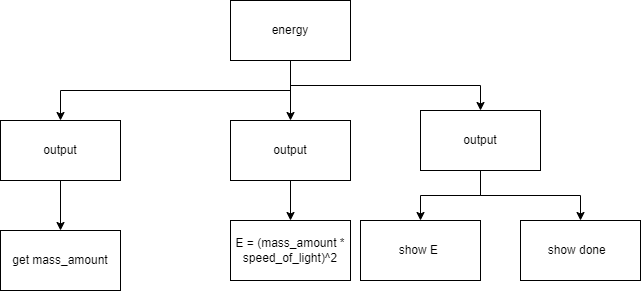
devin-jhu/ics4u-unit1-02-typescript keeps this draw.io diagram as topdown.png. Above is the earlier version. Source tidied: cells renumbered, new cells last; positions are measured from the earlier drawing's top-left corner, leaving out a move shared by most shapes.
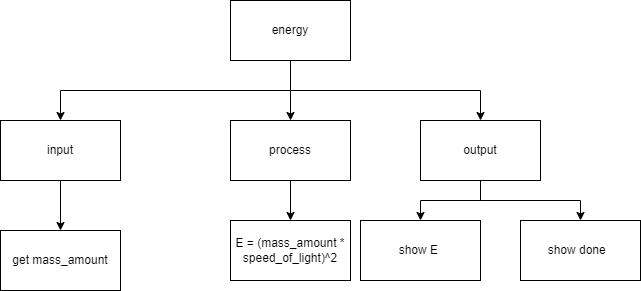
Later version of the same file.

What changed in the source:
```diff
@@ -21,7 +21,7 @@
       <mxGeometry relative="1" as="geometry" />
     </mxCell>
     <mxCell id="8" value="output" style="rounded=0;whiteSpace=wrap;html=1;" parent="1" vertex="1">
-      <mxGeometry x="420" y="110" width="120" height="60" as="geometry" />
+      <mxGeometry x="420" y="120" width="120" height="60" as="geometry" />
     </mxCell>
     <mxCell id="9" value="show E&amp;nbsp;" style="rounded=0;whiteSpace=wrap;html=1;" parent="1" vertex="1">
       <mxGeometry x="360" y="220" width="120" height="60" as="geometry" />
@@ -32,13 +32,13 @@
     <mxCell id="11" style="edgeStyle=orthogonalEdgeStyle;shape=connector;rounded=0;html=1;exitX=0.5;exitY=1;exitDx=0;exitDy=0;labelBackgroundColor=default;fontFamily=Helvetica;fontSize=11;fontColor=default;endArrow=classic;strokeColor=default;" parent="1" edge="1" source="12" target="15">
       <mxGeometry relative="1" as="geometry" />
     </mxCell>
-    <mxCell id="12" value="output" style="rounded=0;whiteSpace=wrap;html=1;" parent="1" vertex="1">
+    <mxCell id="12" value="process" style="rounded=0;whiteSpace=wrap;html=1;" parent="1" vertex="1">
       <mxGeometry x="230" y="120" width="120" height="60" as="geometry" />
     </mxCell>
     <mxCell id="13" style="edgeStyle=orthogonalEdgeStyle;shape=connector;rounded=0;html=1;exitX=0.5;exitY=1;exitDx=0;exitDy=0;labelBackgroundColor=default;fontFamily=Helvetica;fontSize=11;fontColor=default;endArrow=classic;strokeColor=default;" parent="1" edge="1" source="14" target="16">
       <mxGeometry relative="1" as="geometry" />
     </mxCell>
-    <mxCell id="14" value="output" style="rounded=0;whiteSpace=wrap;html=1;" parent="1" vertex="1">
+    <mxCell id="14" value="input" style="rounded=0;whiteSpace=wrap;html=1;" parent="1" vertex="1">
       <mxGeometry y="120" width="120" height="60" as="geometry" />
     </mxCell>
     <mxCell id="15" value="E = (mass_amount * speed_of_light)^2" style="rounded=0;whiteSpace=wrap;html=1;" parent="1" vertex="1">
```
